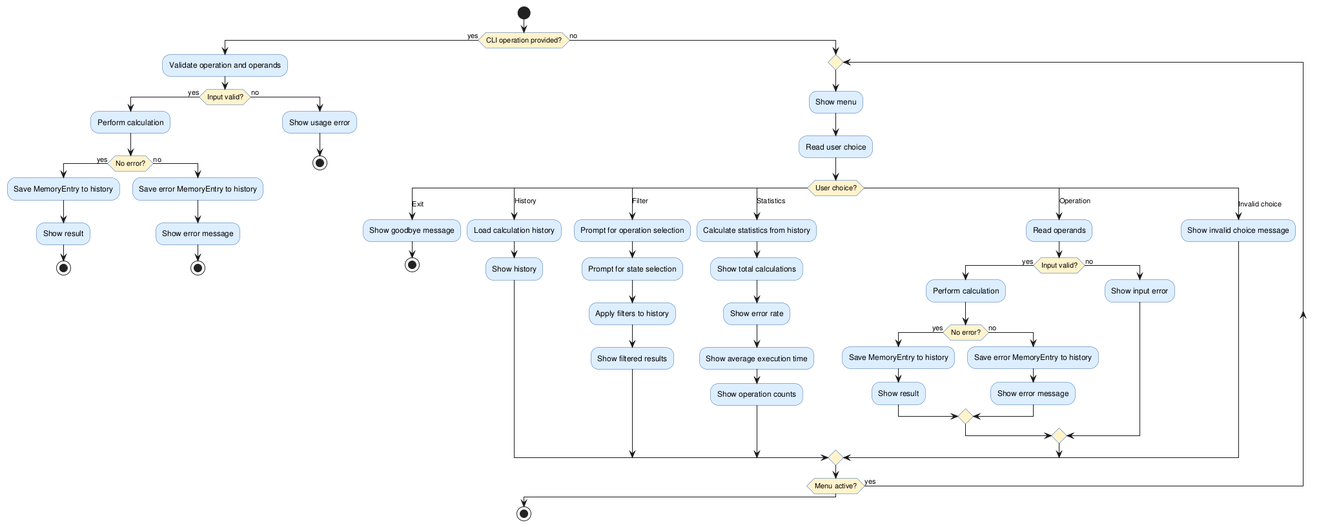
Before: experiments/pipeline/user_stories/calculator/artifacts/activity_diagram.png, a diagram exported from PlantUML (DanielRiha8906/Software_autoevolution_using_agents).
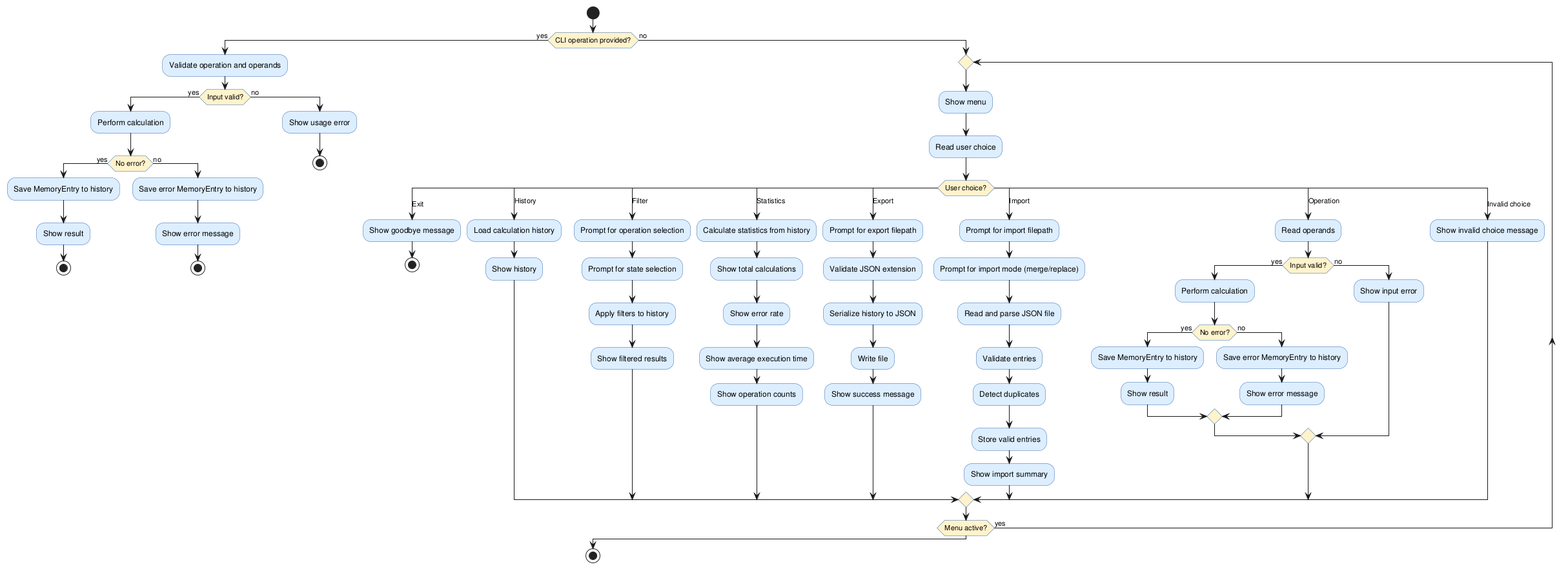
Above is the later version.

Diff of the diagram source:
```diff
@@ -57,6 +57,22 @@
         :Show average execution time;
         :Show operation counts;
 
+      case (Export)
+        :Prompt for export filepath;
+        :Validate JSON extension;
+        :Serialize history to JSON;
+        :Write file;
+        :Show success message;
+
+      case (Import)
+        :Prompt for import filepath;
+        :Prompt for import mode (merge/replace);
+        :Read and parse JSON file;
+        :Validate entries;
+        :Detect duplicates;
+        :Store valid entries;
+        :Show import summary;
+
       case (Operation)
         :Read operands;
 
```
